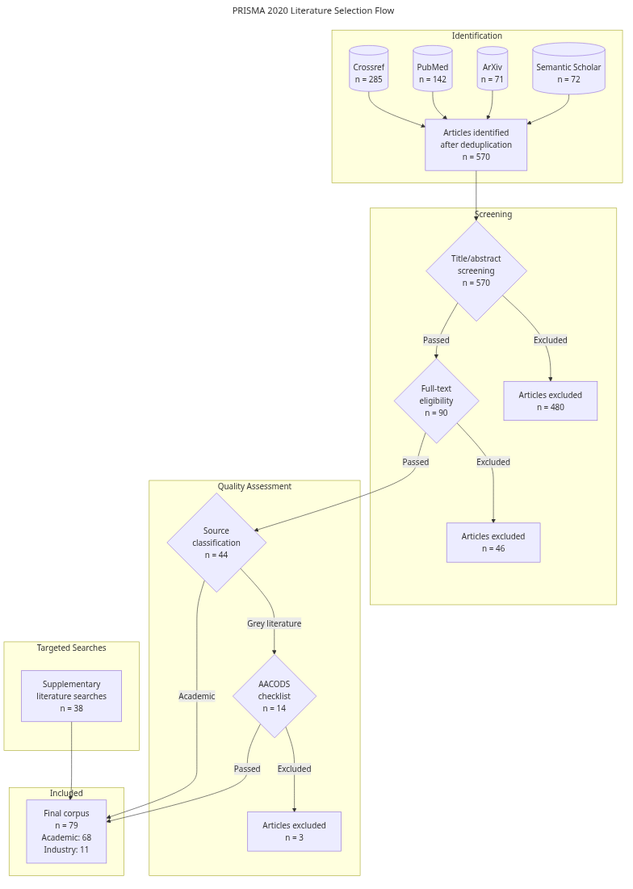
stharrold/yuimedi-paper-20250901 keeps this Mermaid diagram as figures/literature-flow.mmd.png. Above is the earlier version. Its source is kept beside it as figures/literature-flow.mmd.
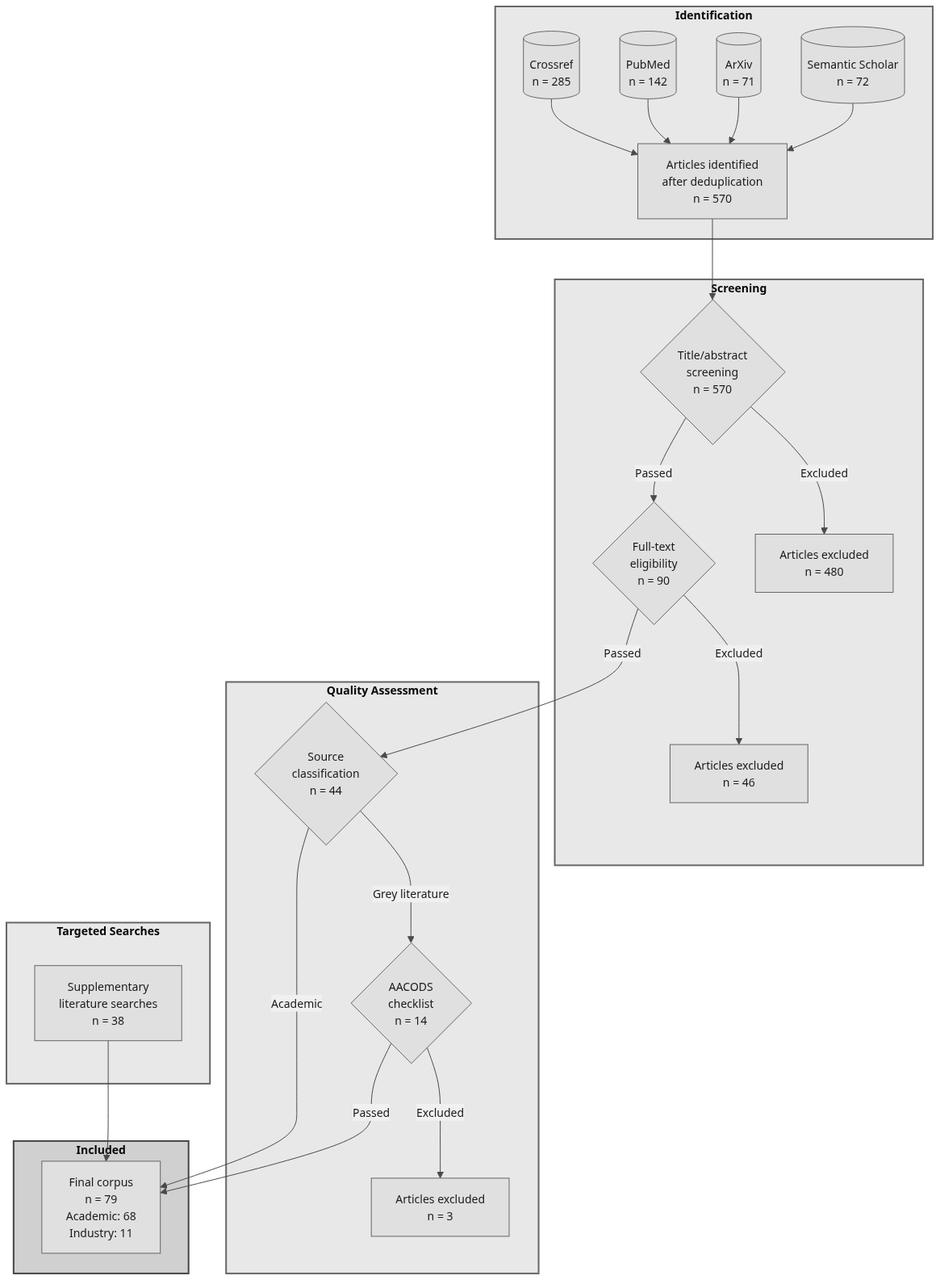
After the change.

What changed in the source:
```diff
@@ -1,9 +1,7 @@
----
-title: PRISMA 2020 Literature Selection Flow
----
+%%{init: {'theme': 'base', 'flowchart': {'useMaxWidth': false, 'markdownAutoWrap': false}, 'themeVariables': { 'primaryColor': '#e0e0e0', 'primaryTextColor': '#1a1a1a', 'primaryBorderColor': '#666', 'lineColor': '#4a4a4a', 'secondaryColor': '#f0f0f0', 'tertiaryColor': '#fafafa', 'fontFamily': 'Arial, sans-serif', 'fontSize': '14px'}}}%%
 flowchart TD
 
-    subgraph ID["Identification"]
+    subgraph ID["<b>Identification</b>"]
         A1[("Crossref<br/>n = 285")] --> A
         A2[("PubMed<br/>n = 142")] --> A
         A3[("ArXiv<br/>n = 71")] --> A
@@ -11,25 +9,31 @@
         A["Articles identified<br/>after deduplication<br/>n = 570"]
     end
 
-    subgraph SC["Screening"]
+    subgraph SC["<b>Screening</b>"]
         A --> D{"Title/abstract<br/>screening<br/>n = 570"}
         D -->|"Excluded"| E["Articles excluded<br/>n = 480"]
         D -->|"Passed"| H{"Full-text<br/>eligibility<br/>n = 90"}
         H -->|"Excluded"| I["Articles excluded<br/>n = 46"]
     end
 
-    subgraph QA["Quality Assessment"]
+    subgraph QA["<b>Quality Assessment</b>"]
         H -->|"Passed"| J{"Source<br/>classification<br/>n = 44"}
         J -->|"Grey literature"| L{"AACODS<br/>checklist<br/>n = 14"}
         L -->|"Excluded"| N["Articles excluded<br/>n = 3"]
     end
 
-    subgraph TS["Targeted Searches"]
+    subgraph TS["<b>Targeted Searches</b>"]
         T1["Supplementary<br/>literature searches<br/>n = 38"]
     end
 
-    subgraph IN["Included"]
+    subgraph IN["<b>Included</b>"]
         J -->|"Academic"| O["Final corpus<br/>n = 79<br/>Academic: 68<br/>Industry: 11"]
         L -->|"Passed"| O
         T1 --> O
     end
+
+    style ID fill:#e8e8e8,stroke:#666,stroke-width:2px
+    style SC fill:#e8e8e8,stroke:#666,stroke-width:2px
+    style QA fill:#e8e8e8,stroke:#666,stroke-width:2px
+    style TS fill:#e8e8e8,stroke:#666,stroke-width:2px
+    style IN fill:#d0d0d0,stroke:#444,stroke-width:2px
```
